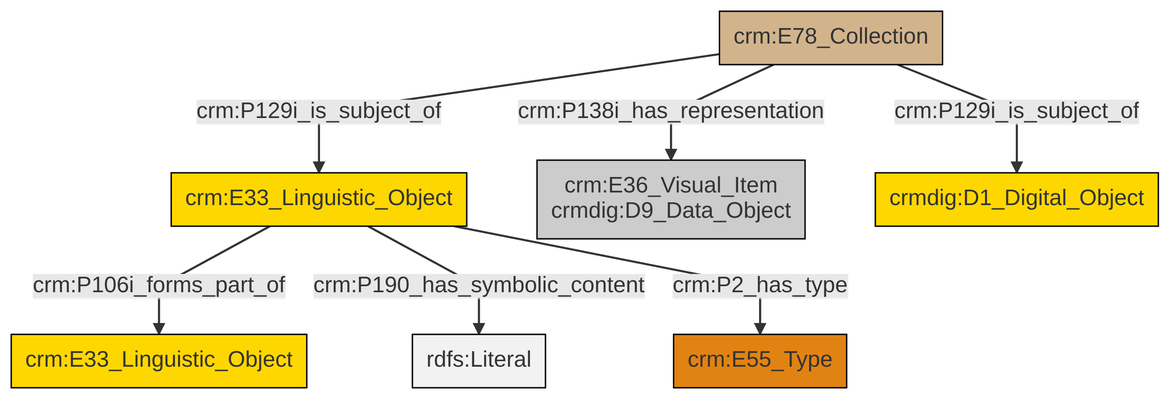
This is et/archivalCSV/ttl/mmd/png/archival_docs.png from swiss-art-research-net/docs.swissartresearch, a Mermaid export, as it was before one commit. Its source is kept beside it as et/archivalCSV/ttl/mmd/archival_docs.ttl.mmd.
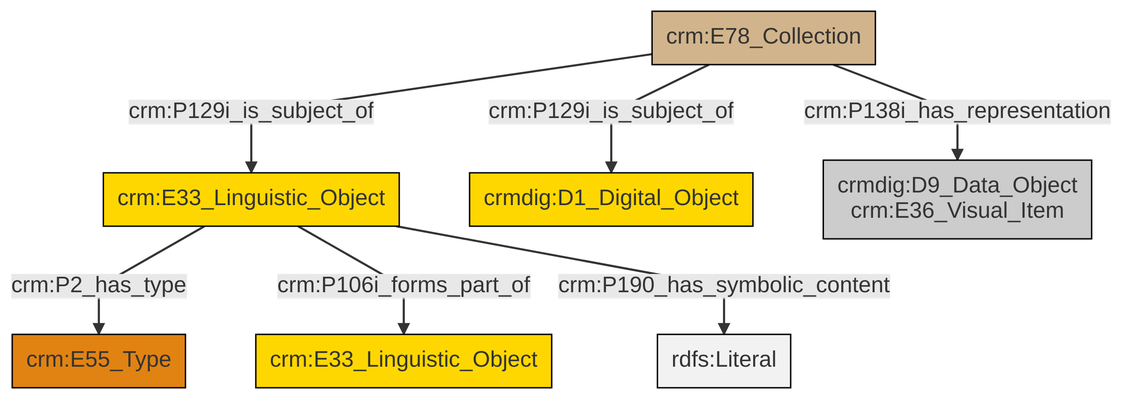
The same diagram one commit later.

What changed in the source:
```diff
@@ -13,9 +13,9 @@
 classDef PC_Classes fill:#4ce600, stroke:#000000;
 classDef Multi fill:#cccccc,stroke:#000000;
 
-2["crm:E33_Linguistic_Object"]:::Conceptual_Object -->|crm:P106i_forms_part_of| 3["crm:E33_Linguistic_Object"]:::Conceptual_Object
-2["crm:E33_Linguistic_Object"]:::Conceptual_Object -->|crm:P190_has_symbolic_content| 6[rdfs:Literal]:::Literal
-0["crm:E78_Collection"]:::Physical_Thing -->|crm:P129i_is_subject_of| 2["crm:E33_Linguistic_Object"]:::Conceptual_Object
-0["crm:E78_Collection"]:::Physical_Thing -->|crm:P129i_is_subject_of| 9["crmdig:D1_Digital_Object"]:::Conceptual_Object
-2["crm:E33_Linguistic_Object"]:::Conceptual_Object -->|crm:P2_has_type| 4["crm:E55_Type"]:::Type
-0["crm:E78_Collection"]:::Physical_Thing -->|crm:P138i_has_representation| 7["crm:E36_Visual_Item<br>crmdig:D9_Data_Object"]:::Multi
+4["crm:E78_Collection"]:::Physical_Thing -->|crm:P129i_is_subject_of| 5["crmdig:D1_Digital_Object"]:::Conceptual_Object
+2["crm:E33_Linguistic_Object"]:::Conceptual_Object -->|crm:P2_has_type| 7["crm:E55_Type"]:::Type
+4["crm:E78_Collection"]:::Physical_Thing -->|crm:P129i_is_subject_of| 2["crm:E33_Linguistic_Object"]:::Conceptual_Object
+2["crm:E33_Linguistic_Object"]:::Conceptual_Object -->|crm:P106i_forms_part_of| 0["crm:E33_Linguistic_Object"]:::Conceptual_Object
+4["crm:E78_Collection"]:::Physical_Thing -->|crm:P138i_has_representation| 9["crmdig:D9_Data_Object<br>crm:E36_Visual_Item"]:::Multi
+2["crm:E33_Linguistic_Object"]:::Conceptual_Object -->|crm:P190_has_symbolic_content| 11[rdfs:Literal]:::Literal
```
